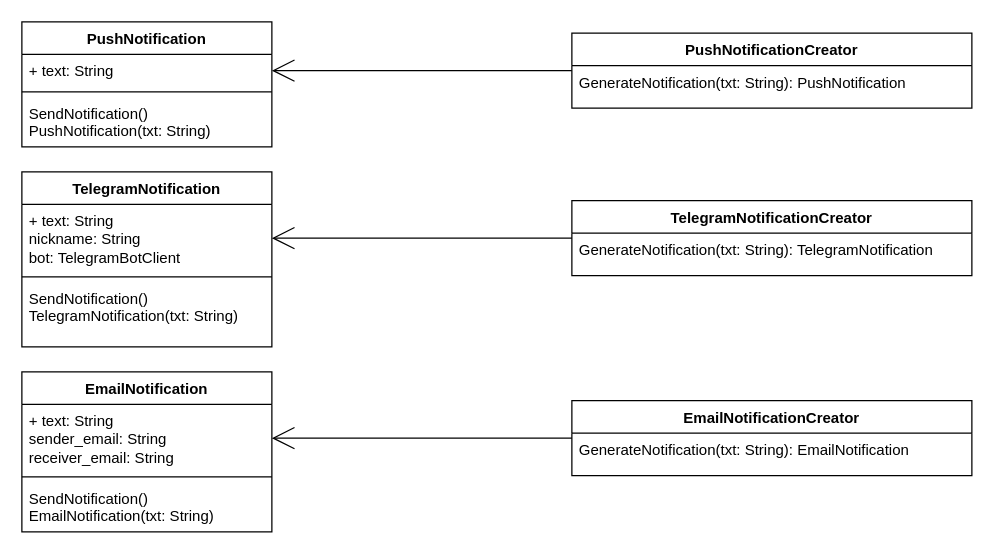
The draw.io diagram page "Без паттерна" (1 of 2) of Fabric Method.drawio in Mrfartam/Patterns, before the edit. Source tidied: cells renumbered, new cells numbered last; positions are measured from the earlier drawing's top-left corner, leaving out a move shared by most shapes. Both pictures are drawn from the tidied source at 125%, with x=0, y=0 at pixel (21, 21).
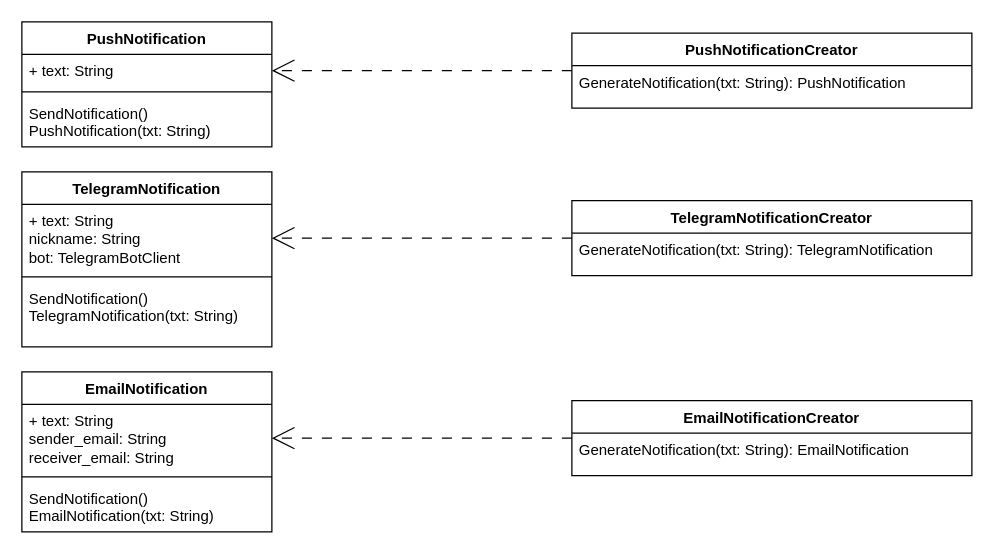
The same page after the edit.

The change refers to these unchanged cells:
```xml
<mxCell id="2" value="PushNotificationCreator" style="swimlane;fontStyle=1;align=center;verticalAlign=top;horizontal=1;startSize=26;whiteSpace=wrap;html=1;" parent="1" vertex="1">
  <mxGeometry x="440" y="9" width="320" height="60" as="geometry" />
</mxCell>
<mxCell id="5" value="+ text: String" style="text;strokeColor=none;fillColor=none;align=left;verticalAlign=top;spacingLeft=4;spacingRight=4;overflow=hidden;points=[[0,0.5],[1,0.5]];portConstraint=eastwest;whiteSpace=wrap;html=1;" parent="4" vertex="1">
  <mxGeometry y="26" width="200" height="26" as="geometry" />
</mxCell>
<mxCell id="9" value="+ text: String&lt;div&gt;nickname: String&lt;/div&gt;&lt;div&gt;bot: TelegramBotClient&lt;/div&gt;" style="text;strokeColor=none;fillColor=none;align=left;verticalAlign=top;spacingLeft=4;spacingRight=4;overflow=hidden;points=[[0,0.5],[1,0.5]];portConstraint=eastwest;whiteSpace=wrap;html=1;" parent="8" vertex="1">
  <mxGeometry y="26" width="200" height="54" as="geometry" />
</mxCell>
<mxCell id="13" value="+ text: String&lt;div&gt;sender_email: String&lt;/div&gt;&lt;div&gt;receiver_email: String&lt;/div&gt;" style="text;strokeColor=none;fillColor=none;align=left;verticalAlign=top;spacingLeft=4;spacingRight=4;overflow=hidden;points=[[0,0.5],[1,0.5]];portConstraint=eastwest;whiteSpace=wrap;html=1;" parent="12" vertex="1">
  <mxGeometry y="26" width="200" height="54" as="geometry" />
</mxCell>
<mxCell id="16" value="TelegramNotificationCreator" style="swimlane;fontStyle=1;align=center;verticalAlign=top;horizontal=1;startSize=26;whiteSpace=wrap;html=1;" parent="1" vertex="1">
  <mxGeometry x="440" y="143" width="320" height="60" as="geometry" />
</mxCell>
<mxCell id="18" value="EmailNotificationCreator" style="swimlane;fontStyle=1;align=center;verticalAlign=top;horizontal=1;startSize=26;whiteSpace=wrap;html=1;" parent="1" vertex="1">
  <mxGeometry x="440" y="303" width="320" height="60" as="geometry" />
</mxCell>
```

What changed in the source:
```diff
@@
-    <mxCell id="20" style="edgeStyle=orthogonalEdgeStyle;rounded=0;jettySize=auto;html=1;entryX=1;entryY=0.5;entryDx=0;entryDy=0;endArrow=open;endFill=0;endSize=16;exitX=0;exitY=0.5;exitDx=0;exitDy=0;" parent="1" edge="1" source="2" target="5">
+    <mxCell id="20" style="edgeStyle=orthogonalEdgeStyle;rounded=0;jettySize=auto;html=1;entryX=1;entryY=0.5;entryDx=0;entryDy=0;endArrow=open;endFill=0;endSize=16;exitX=0;exitY=0.5;exitDx=0;exitDy=0;dashed=1;dashPattern=8 8;" parent="1" edge="1" source="2" target="5">
       <mxGeometry relative="1" as="geometry" />
     </mxCell>
-    <mxCell id="21" style="edgeStyle=orthogonalEdgeStyle;rounded=0;jettySize=auto;html=1;entryX=1;entryY=0.5;entryDx=0;entryDy=0;endSize=16;endArrow=open;endFill=0;exitX=0;exitY=0.5;exitDx=0;exitDy=0;" parent="1" edge="1" source="16" target="9">
+    <mxCell id="21" style="edgeStyle=orthogonalEdgeStyle;rounded=0;jettySize=auto;html=1;entryX=1;entryY=0.5;entryDx=0;entryDy=0;endSize=16;endArrow=open;endFill=0;exitX=0;exitY=0.5;exitDx=0;exitDy=0;dashed=1;dashPattern=8 8;" parent="1" edge="1" source="16" target="9">
       <mxGeometry relative="1" as="geometry" />
     </mxCell>
-    <mxCell id="22" style="edgeStyle=orthogonalEdgeStyle;rounded=0;jettySize=auto;html=1;entryX=1;entryY=0.5;entryDx=0;entryDy=0;endSize=16;endArrow=open;endFill=0;exitX=0;exitY=0.5;exitDx=0;exitDy=0;" parent="1" edge="1" source="18" target="13">
+    <mxCell id="22" style="edgeStyle=orthogonalEdgeStyle;rounded=0;jettySize=auto;html=1;entryX=1;entryY=0.5;entryDx=0;entryDy=0;endSize=16;endArrow=open;endFill=0;exitX=0;exitY=0.5;exitDx=0;exitDy=0;dashed=1;dashPattern=8 8;" parent="1" edge="1" source="18" target="13">
       <mxGeometry relative="1" as="geometry" />
     </mxCell>
```
